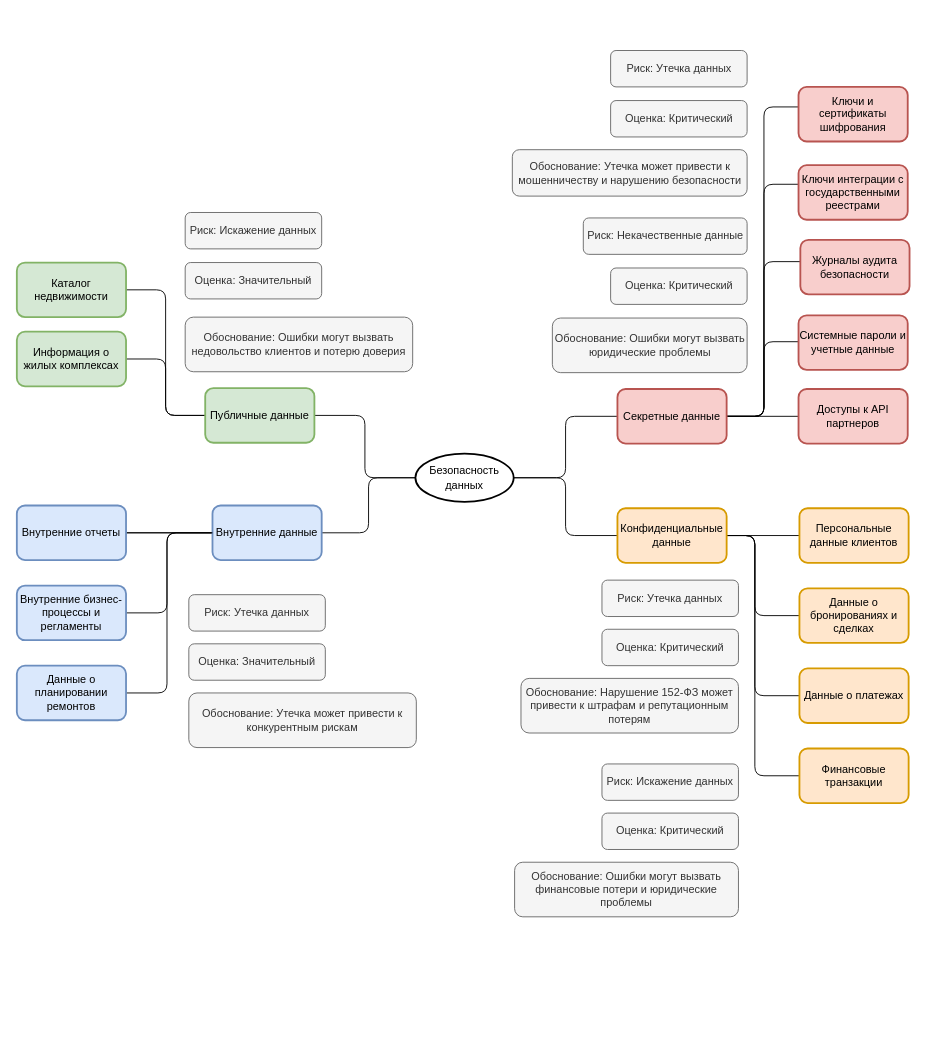
ana-staa-siia/architecture-propdevelopment keeps this draw.io diagram as task1/task1.drawio. Above is the earlier version. Source tidied: cells renumbered, new cells numbered last; positions are measured from the earlier drawing's top-left corner, leaving out a move shared by most shapes. Both pictures are drawn from the tidied source at 91%, with x=0, y=0 at pixel (16, 50).
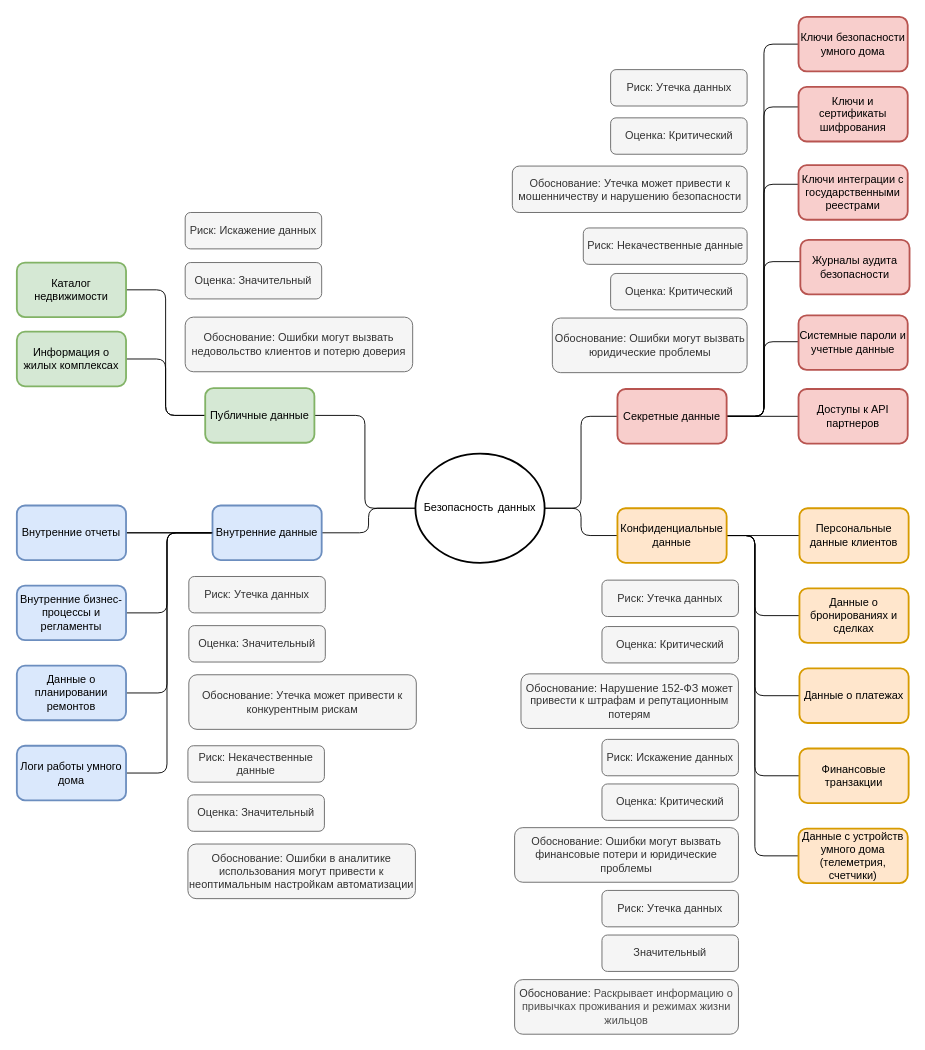
Above is the later version.

Unchanged cells that the change refers to:
```xml
<mxCell id="13" value="Внутренние данные" style="rounded=1;whiteSpace=wrap;html=1;strokeWidth=2;fillColor=#dae8fc;strokeColor=#6c8ebf;" parent="1" vertex="1">
  <mxGeometry x="215" y="500" width="120" height="60" as="geometry" />
</mxCell>
<mxCell id="18" value="Конфиденциальные данные" style="rounded=1;whiteSpace=wrap;html=1;strokeWidth=2;fillColor=#ffe6cc;strokeColor=#d79b00;" parent="1" vertex="1">
  <mxGeometry x="660" y="503" width="120" height="60" as="geometry" />
</mxCell>
<mxCell id="24" value="Секретные данные" style="rounded=1;whiteSpace=wrap;html=1;strokeWidth=2;fillColor=#f8cecc;strokeColor=#b85450;" parent="1" vertex="1">
  <mxGeometry x="660" y="372" width="120" height="60" as="geometry" />
</mxCell>
```

The edit, as a diff of the source:
```diff
@@
     <mxCell id="6" value="&lt;font face=&quot;Comic Sans MS&quot;&gt;Безопасность данных&lt;/font&gt;" style="ellipse;whiteSpace=wrap;html=1;align=center;strokeWidth=2;" parent="1" vertex="1">
-      <mxGeometry x="438" y="443" width="108" height="53" as="geometry" />
+      <mxGeometry x="438" y="443" width="142" height="120" as="geometry" />
     </mxCell>
@@
+    <mxCell id="58" style="edgeStyle=orthogonalEdgeStyle;rounded=1;jettySize=auto;html=1;entryX=1;entryY=0.5;entryDx=0;entryDy=0;curved=0;endArrow=none;endFill=0;" parent="1" edge="1" source="13" target="66">
+      <mxGeometry relative="1" as="geometry">
+        <Array as="points">
+          <mxPoint x="165" y="530" />
+          <mxPoint x="165" y="794" />
+        </Array>
+      </mxGeometry>
+    </mxCell>
@@
+    <mxCell id="59" style="edgeStyle=orthogonalEdgeStyle;rounded=1;jettySize=auto;html=1;entryX=0;entryY=0.5;entryDx=0;entryDy=0;curved=0;endArrow=none;endFill=0;" parent="1" edge="1" source="18" target="61">
+      <mxGeometry relative="1" as="geometry">
+        <Array as="points">
+          <mxPoint x="811" y="533" />
+          <mxPoint x="811" y="885" />
+        </Array>
+      </mxGeometry>
+    </mxCell>
@@
+    <mxCell id="60" style="edgeStyle=orthogonalEdgeStyle;rounded=1;jettySize=auto;html=1;entryX=0;entryY=0.5;entryDx=0;entryDy=0;curved=0;endArrow=none;endFill=0;" parent="1" edge="1" source="24" target="65">
+      <mxGeometry relative="1" as="geometry">
+        <Array as="points">
+          <mxPoint x="821" y="402" />
+          <mxPoint x="821" y="-7" />
+        </Array>
+      </mxGeometry>
+    </mxCell>
@@
     <mxCell id="34" value="Риск: Утечка данных" style="default;whiteSpace=wrap;html=1;rounded=1;fillColor=#f5f5f5;fontColor=#333333;strokeColor=#666666;" parent="1" vertex="1">
-      <mxGeometry x="189" y="598" width="150" height="40" as="geometry" />
+      <mxGeometry x="189" y="578" width="150" height="40" as="geometry" />
     </mxCell>
     <mxCell id="35" value="Оценка: Значительный" style="default;whiteSpace=wrap;html=1;rounded=1;fillColor=#f5f5f5;fontColor=#333333;strokeColor=#666666;" parent="1" vertex="1">
-      <mxGeometry x="189" y="652" width="150" height="40" as="geometry" />
+      <mxGeometry x="189" y="632" width="150" height="40" as="geometry" />
     </mxCell>
     <mxCell id="36" value="Обоснование: Утечка может привести к конкурентным рискам" style="default;whiteSpace=wrap;html=1;rounded=1;fillColor=#f5f5f5;fontColor=#333333;strokeColor=#666666;" parent="1" vertex="1">
-      <mxGeometry x="189" y="706" width="250" height="60" as="geometry" />
+      <mxGeometry x="189" y="686" width="250" height="60" as="geometry" />
     </mxCell>
@@
     <mxCell id="42" value="Оценка: Критический" style="default;whiteSpace=wrap;html=1;rounded=1;fillColor=#f5f5f5;fontColor=#333333;strokeColor=#666666;" parent="1" vertex="1">
-      <mxGeometry x="643" y="636" width="150" height="40" as="geometry" />
+      <mxGeometry x="643" y="633" width="150" height="40" as="geometry" />
     </mxCell>
     <mxCell id="43" value="Обоснование: Нарушение 152-ФЗ&amp;nbsp;может привести к штрафам и репутационным потерям" style="default;whiteSpace=wrap;html=1;rounded=1;fillColor=#f5f5f5;fontColor=#333333;strokeColor=#666666;" parent="1" vertex="1">
-      <mxGeometry x="554" y="690" width="239" height="60" as="geometry" />
+      <mxGeometry x="554" y="685" width="239" height="60" as="geometry" />
     </mxCell>
     <mxCell id="44" value="Риск: Искажение данных" style="default;whiteSpace=wrap;html=1;rounded=1;fillColor=#f5f5f5;fontColor=#333333;strokeColor=#666666;" parent="1" vertex="1">
-      <mxGeometry x="643" y="784" width="150" height="40" as="geometry" />
+      <mxGeometry x="643" y="757" width="150" height="40" as="geometry" />
     </mxCell>
     <mxCell id="45" value="Оценка: Критический" style="default;whiteSpace=wrap;html=1;rounded=1;fillColor=#f5f5f5;fontColor=#333333;strokeColor=#666666;" parent="1" vertex="1">
-      <mxGeometry x="643" y="838" width="150" height="40" as="geometry" />
+      <mxGeometry x="643" y="806" width="150" height="40" as="geometry" />
     </mxCell>
     <mxCell id="46" value="Обоснование: Ошибки могут вызвать финансовые потери и юридические проблемы" style="default;whiteSpace=wrap;html=1;rounded=1;fillColor=#f5f5f5;fontColor=#333333;strokeColor=#666666;" parent="1" vertex="1">
-      <mxGeometry x="547" y="892" width="246" height="60" as="geometry" />
+      <mxGeometry x="547" y="854" width="246" height="60" as="geometry" />
     </mxCell>
@@
     <mxCell id="52" value="Риск: Утечка данных" style="default;whiteSpace=wrap;html=1;rounded=1;fillColor=#f5f5f5;fontColor=#333333;strokeColor=#666666;" parent="1" vertex="1">
-      <mxGeometry x="652.5" width="150" height="40" as="geometry" />
+      <mxGeometry x="652.5" y="21" width="150" height="40" as="geometry" />
     </mxCell>
     <mxCell id="53" value="Оценка: Критический" style="default;whiteSpace=wrap;html=1;rounded=1;fillColor=#f5f5f5;fontColor=#333333;strokeColor=#666666;" parent="1" vertex="1">
-      <mxGeometry x="652.5" y="55" width="150" height="40" as="geometry" />
+      <mxGeometry x="652.5" y="74" width="150" height="40" as="geometry" />
     </mxCell>
     <mxCell id="54" value="Обоснование: Утечка может привести к мошенничеству и нарушению безопасности" style="default;whiteSpace=wrap;html=1;rounded=1;fillColor=#f5f5f5;fontColor=#333333;strokeColor=#666666;" parent="1" vertex="1">
-      <mxGeometry x="544.5" y="109" width="258" height="51" as="geometry" />
+      <mxGeometry x="544.5" y="127" width="258" height="51" as="geometry" />
     </mxCell>
     <mxCell id="55" value="Риск: Некачественные данные" style="default;whiteSpace=wrap;html=1;rounded=1;fillColor=#f5f5f5;fontColor=#333333;strokeColor=#666666;" parent="1" vertex="1">
-      <mxGeometry x="622.5" y="184" width="180" height="40" as="geometry" />
+      <mxGeometry x="622.5" y="195" width="180" height="40" as="geometry" />
     </mxCell>
     <mxCell id="56" value="Оценка: Критический" style="default;whiteSpace=wrap;html=1;rounded=1;fillColor=#f5f5f5;fontColor=#333333;strokeColor=#666666;" parent="1" vertex="1">
-      <mxGeometry x="652.5" y="239" width="150" height="40" as="geometry" />
+      <mxGeometry x="652.5" y="245" width="150" height="40" as="geometry" />
     </mxCell>
@@
+    <mxCell id="61" value="Данные с устройств умного дома (телеметрия, счетчики)" style="whiteSpace=wrap;html=1;fillColor=#ffe6cc;strokeColor=#d79b00;rounded=1;strokeWidth=2;" parent="1" vertex="1">
+      <mxGeometry x="859" y="855" width="120" height="60" as="geometry" />
+    </mxCell>
+    <mxCell id="62" value="Риск: Утечка данных" style="default;whiteSpace=wrap;html=1;rounded=1;fillColor=#f5f5f5;fontColor=#333333;strokeColor=#666666;" parent="1" vertex="1">
+      <mxGeometry x="643" y="923" width="150" height="40" as="geometry" />
+    </mxCell>
+    <mxCell id="63" value="Значительный" style="default;whiteSpace=wrap;html=1;rounded=1;fillColor=#f5f5f5;fontColor=#333333;strokeColor=#666666;" parent="1" vertex="1">
+      <mxGeometry x="643" y="972" width="150" height="40" as="geometry" />
+    </mxCell>
+    <mxCell id="64" value="Обоснование:&amp;nbsp;&lt;span style=&quot;text-align: start; background-color: transparent;&quot;&gt;&lt;font style=&quot;color: rgb(77, 77, 77);&quot; face=&quot;Helvetica&quot;&gt;Раскрывает информацию о привычках проживания и режимах жизни жильцов&lt;/font&gt;&lt;/span&gt;" style="default;whiteSpace=wrap;html=1;rounded=1;fillColor=#f5f5f5;fontColor=#333333;strokeColor=#666666;" parent="1" vertex="1">
+      <mxGeometry x="547" y="1021" width="246" height="60" as="geometry" />
+    </mxCell>
+    <mxCell id="65" value="Ключи безопасности умного дома" style="whiteSpace=wrap;html=1;fillColor=#f8cecc;strokeColor=#b85450;rounded=1;strokeWidth=2;" parent="1" vertex="1">
+      <mxGeometry x="859" y="-37" width="120" height="60" as="geometry" />
+    </mxCell>
+    <mxCell id="66" value="Логи работы умного дома" style="whiteSpace=wrap;html=1;fillColor=#dae8fc;strokeColor=#6c8ebf;rounded=1;strokeWidth=2;" parent="1" vertex="1">
+      <mxGeometry y="764" width="120" height="60" as="geometry" />
+    </mxCell>
+    <mxCell id="67" value="Риск: Некачественные данные" style="default;whiteSpace=wrap;html=1;rounded=1;fillColor=#f5f5f5;fontColor=#333333;strokeColor=#666666;" parent="1" vertex="1">
+      <mxGeometry x="188" y="764" width="150" height="40" as="geometry" />
+    </mxCell>
+    <mxCell id="68" value="Оценка: Значительный" style="default;whiteSpace=wrap;html=1;rounded=1;fillColor=#f5f5f5;fontColor=#333333;strokeColor=#666666;" parent="1" vertex="1">
+      <mxGeometry x="188" y="818" width="150" height="40" as="geometry" />
+    </mxCell>
+    <mxCell id="69" value="Обоснование: Ошибки в аналитике использования могут привести к неоптимальным настройкам автоматизации" style="default;whiteSpace=wrap;html=1;rounded=1;fillColor=#f5f5f5;fontColor=#333333;strokeColor=#666666;" parent="1" vertex="1">
+      <mxGeometry x="188" y="872" width="250" height="60" as="geometry" />
+    </mxCell>
```
